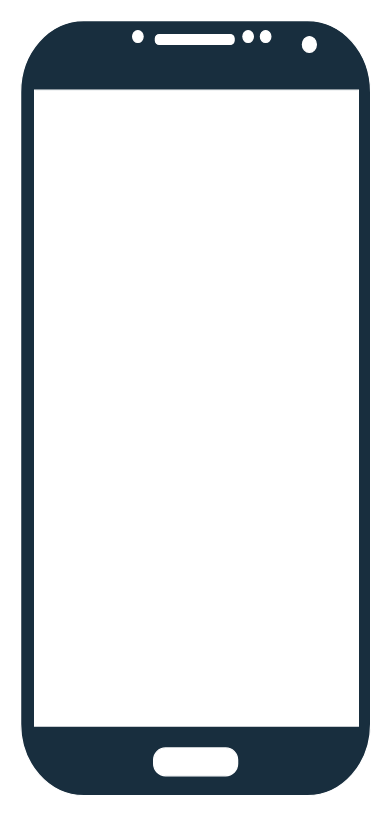
Above: Example App Layout.drawio in dr-oculos/diagrams (draw.io), before the change. Source tidied: cells renumbered, new cells numbered last; positions are measured from the earlier drawing's top-left corner, leaving out a move shared by most shapes. Both pictures are drawn from the tidied source at 125%, with x=0, y=0 at pixel (20, 20). Pictures stored in the file or linked from it are replaced by grey dashed boxes.
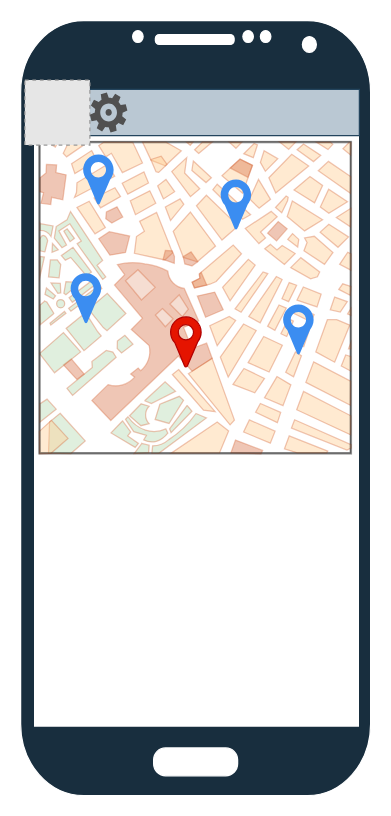
The same page after the edit.

Diff of the diagram source:
```diff
@@
 <mxGraphModel>
   <root>
     <mxCell id="0" />
     <mxCell id="1" parent="0" />
     <mxCell id="2" style="verticalLabelPosition=bottom;verticalAlign=top;html=1;shadow=0;dashed=0;strokeWidth=1;shape=mxgraph.android.phone2;strokeColor=#FFFFFF;labelBackgroundColor=none;fillColor=#182E3E;fontColor=#FFFFFF;" parent="1" vertex="1">
       <mxGeometry width="280" height="620" as="geometry" />
     </mxCell>
+    <mxCell id="3" style="verticalLabelPosition=bottom;shadow=0;dashed=0;align=center;html=1;verticalAlign=top;strokeWidth=1;shape=mxgraph.mockup.misc.map;fillColor=#bac8d3;strokeColor=#23445d;opacity=40;" parent="1" vertex="1">
+      <mxGeometry x="15" y="97" width="250" height="250" as="geometry" />
+    </mxCell>
+    <mxCell id="4" style="sketch=0;html=1;strokeColor=none;shadow=0;fillColor=#3B8DF1;verticalAlign=top;labelPosition=center;verticalLabelPosition=bottom;shape=mxgraph.gcp2.maps_api;" parent="1" vertex="1">
+      <mxGeometry x="210" y="227" width="24.4" height="40" as="geometry" />
+    </mxCell>
+    <mxCell id="5" style="sketch=0;html=1;strokeColor=none;shadow=0;fillColor=#3B8DF1;verticalAlign=top;labelPosition=center;verticalLabelPosition=bottom;shape=mxgraph.gcp2.maps_api;" parent="1" vertex="1">
+      <mxGeometry x="40" y="202" width="24.4" height="40" as="geometry" />
+    </mxCell>
+    <mxCell id="6" style="sketch=0;html=1;strokeColor=none;shadow=0;fillColor=#3B8DF1;verticalAlign=top;labelPosition=center;verticalLabelPosition=bottom;shape=mxgraph.gcp2.maps_api;" parent="1" vertex="1">
+      <mxGeometry x="160" y="127" width="24.4" height="40" as="geometry" />
+    </mxCell>
+    <mxCell id="7" style="sketch=0;html=1;strokeColor=none;shadow=0;fillColor=#3B8DF1;verticalAlign=top;labelPosition=center;verticalLabelPosition=bottom;shape=mxgraph.gcp2.maps_api;" parent="1" vertex="1">
+      <mxGeometry x="50" y="107" width="24.4" height="40" as="geometry" />
+    </mxCell>
+    <mxCell id="8" style="sketch=0;html=1;strokeColor=#B20000;shadow=0;fillColor=#e51400;verticalAlign=top;labelPosition=center;verticalLabelPosition=bottom;shape=mxgraph.gcp2.maps_api;fontColor=#ffffff;" parent="1" vertex="1">
+      <mxGeometry x="120" y="237" width="24.4" height="40" as="geometry" />
+    </mxCell>
+    <mxCell id="9" style="rounded=0;whiteSpace=wrap;html=1;fillColor=#bac8d3;strokeColor=#23445d;" parent="1" vertex="1">
+      <mxGeometry x="11" y="55" width="260" height="37" as="geometry" />
+    </mxCell>
+    <mxCell id="10" style="fillColor=#E6E6E6;strokeColor=#999999;dashed=1;html=1;verticalAlign=top;verticalLabelPosition=bottom;labelBackgroundColor=#ffffff;fontColor=#FFFFFF;" parent="1" vertex="1">
+      <mxGeometry x="3.4" y="47.5" width="52" height="52" as="geometry" />
+    </mxCell>
+    <mxCell id="11" style="sketch=0;shadow=0;dashed=0;html=1;strokeColor=none;fillColor=#505050;labelPosition=center;verticalLabelPosition=bottom;verticalAlign=top;align=center;shape=mxgraph.office.concepts.settings_office_365;" parent="1" vertex="1">
+      <mxGeometry x="55.4" y="57.5" width="30" height="32" as="geometry" />
+    </mxCell>
   </root>
 </mxGraphModel>
```
